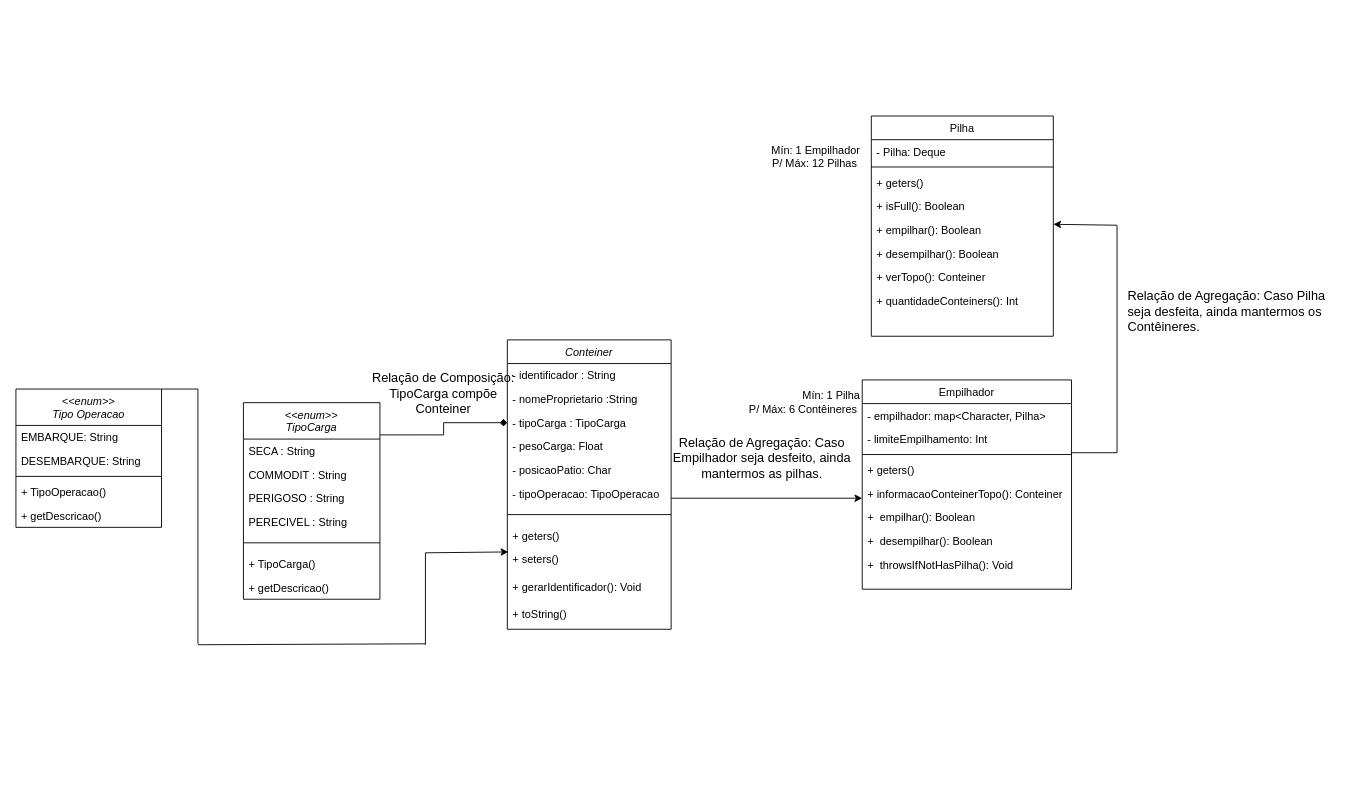
Before: EmpilhamentoConteiners.drawio in sergiomnds/projeto_lp2, a draw.io diagram. Source tidied: cells renumbered, new cells numbered last; positions are measured from the earlier drawing's top-left corner, leaving out a move shared by most shapes. Both pictures are drawn from the tidied source at 91%, with x=0, y=0 at pixel (15, 116).
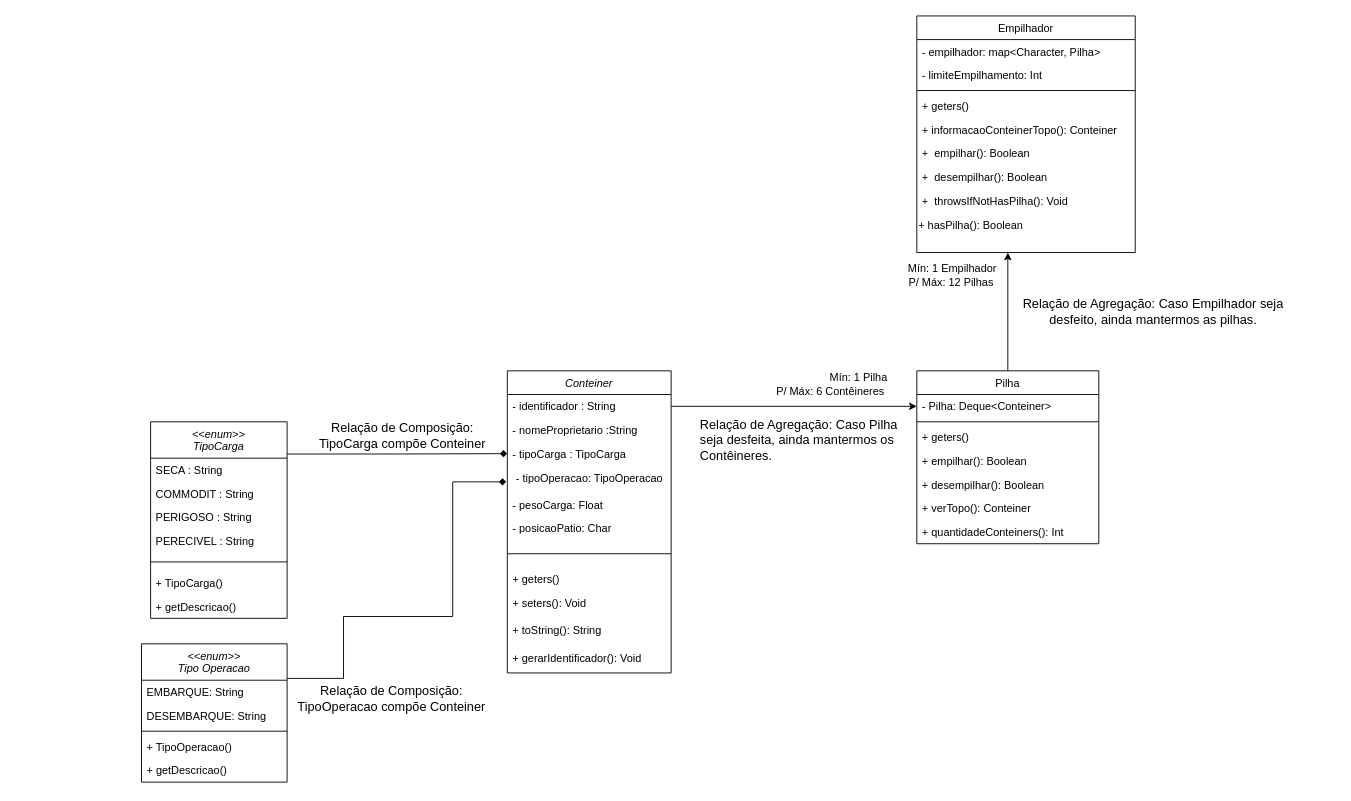
The same diagram, later.

Commit message:
ultimo update do diagrama

Unchanged cells that the change refers to:
```xml
<mxCell id="3" value="- identificador : String" style="text;align=left;verticalAlign=top;spacingLeft=4;spacingRight=4;overflow=hidden;points=[[0,0.5],[1,0.5]];portConstraint=eastwest;" parent="2" vertex="1">
  <mxGeometry y="26" width="180" height="26" as="geometry" />
</mxCell>
```

Change to the diagram source:
```diff
@@
     <mxCell id="2" value="Conteiner" style="swimlane;fontStyle=2;align=center;verticalAlign=top;horizontal=1;startSize=26;rounded=0;shadow=0;strokeWidth=1;" parent="1" vertex="1">
-      <mxGeometry x="540" y="246" width="180" height="318" as="geometry" />
+      <mxGeometry x="540" y="280" width="180" height="332" as="geometry" />
     </mxCell>
@@
+    <mxCell id="8" value="- tipoOperacao: TipoOperacao" style="text;html=1;align=center;verticalAlign=middle;points=[];strokeColor=none;fillColor=none;" parent="2" vertex="1">
+      <mxGeometry y="104" width="180" height="30" as="geometry" />
+    </mxCell>
     <mxCell id="6" value="- pesoCarga: Float" style="text;align=left;verticalAlign=top;spacingLeft=4;spacingRight=4;overflow=hidden;rounded=0;shadow=0;html=0;" parent="2" vertex="1">
-      <mxGeometry y="104" width="180" height="26" as="geometry" />
+      <mxGeometry y="134" width="180" height="26" as="geometry" />
     </mxCell>
     <mxCell id="7" value="- posicaoPatio: Char" style="text;align=left;verticalAlign=top;spacingLeft=4;spacingRight=4;overflow=hidden;rounded=0;shadow=0;html=0;" parent="2" vertex="1">
-      <mxGeometry y="130" width="180" height="26" as="geometry" />
+      <mxGeometry y="160" width="180" height="26" as="geometry" />
     </mxCell>
-    <mxCell id="8" value="- tipoOperacao: TipoOperacao" style="text;align=left;verticalAlign=top;spacingLeft=4;spacingRight=4;overflow=hidden;points=[[0,0.5],[1,0.5]];portConstraint=eastwest;rounded=0;shadow=0;html=0;" parent="2" vertex="1">
-      <mxGeometry y="156" width="180" height="26" as="geometry" />
-    </mxCell>
     <mxCell id="9" style="line;html=1;strokeWidth=1;align=left;verticalAlign=middle;spacingTop=-1;spacingLeft=3;spacingRight=3;labelPosition=right;" parent="2" vertex="1">
-      <mxGeometry y="182" width="180" height="20" as="geometry" />
+      <mxGeometry y="186" width="180" height="30" as="geometry" />
     </mxCell>
     <mxCell id="10" value="+ geters()" style="text;align=left;verticalAlign=top;spacingLeft=4;spacingRight=4;overflow=hidden;rounded=0;shadow=0;html=0;" parent="2" vertex="1">
-      <mxGeometry y="202" width="180" height="26" as="geometry" />
+      <mxGeometry y="216" width="180" height="26" as="geometry" />
     </mxCell>
-    <mxCell id="11" value="+ seters()" style="text;align=left;verticalAlign=top;spacingLeft=4;spacingRight=4;overflow=hidden;points=[[0,0.5],[1,0.5]];portConstraint=eastwest;rounded=0;shadow=0;html=0;" parent="2" vertex="1">
-      <mxGeometry y="228" width="180" height="30" as="geometry" />
+    <mxCell id="11" value="+ seters(): Void" style="text;align=left;verticalAlign=top;spacingLeft=4;spacingRight=4;overflow=hidden;points=[[0,0.5],[1,0.5]];portConstraint=eastwest;rounded=0;shadow=0;html=0;" parent="2" vertex="1">
+      <mxGeometry y="242" width="180" height="30" as="geometry" />
     </mxCell>
+    <mxCell id="13" value="+ toString(): String" style="text;align=left;verticalAlign=top;spacingLeft=4;spacingRight=4;overflow=hidden;rounded=0;shadow=0;html=0;" parent="2" vertex="1">
+      <mxGeometry y="272" width="180" height="30" as="geometry" />
+    </mxCell>
     <mxCell id="12" value="+ gerarIdentificador(): Void" style="text;align=left;verticalAlign=top;spacingLeft=4;spacingRight=4;overflow=hidden;rounded=0;shadow=0;html=0;" parent="2" vertex="1">
-      <mxGeometry y="258" width="180" height="30" as="geometry" />
+      <mxGeometry y="302" width="180" height="30" as="geometry" />
     </mxCell>
-    <mxCell id="13" value="+ toString()" style="text;align=left;verticalAlign=top;spacingLeft=4;spacingRight=4;overflow=hidden;rounded=0;shadow=0;html=0;" parent="2" vertex="1">
-      <mxGeometry y="288" width="180" height="30" as="geometry" />
-    </mxCell>
     <mxCell id="14" value="Empilhador" style="swimlane;fontStyle=0;align=center;verticalAlign=top;horizontal=1;startSize=26;rounded=0;shadow=0;strokeWidth=1;" parent="1" vertex="1">
-      <mxGeometry x="930" y="290" width="230" height="230" as="geometry" />
+      <mxGeometry x="990" y="-110" width="240" height="260" as="geometry" />
     </mxCell>
     <mxCell id="15" value="- empilhador: map&lt;Character, Pilha&gt;" style="text;align=left;verticalAlign=top;spacingLeft=4;spacingRight=4;overflow=hidden;" parent="14" vertex="1">
-      <mxGeometry y="26" width="230" height="26" as="geometry" />
+      <mxGeometry y="26" width="240" height="26" as="geometry" />
     </mxCell>
     <mxCell id="16" value="- limiteEmpilhamento: Int" style="text;align=left;verticalAlign=top;spacingLeft=4;spacingRight=4;overflow=hidden;" parent="14" vertex="1">
-      <mxGeometry y="52" width="230" height="26" as="geometry" />
+      <mxGeometry y="52" width="240" height="26" as="geometry" />
     </mxCell>
     <mxCell id="17" style="line;html=1;strokeWidth=1;align=left;verticalAlign=middle;spacingTop=-1;spacingLeft=3;spacingRight=3;labelPosition=right;" parent="14" vertex="1">
-      <mxGeometry y="78" width="230" height="8" as="geometry" />
+      <mxGeometry y="78" width="240" height="8" as="geometry" />
     </mxCell>
     <mxCell id="18" value="+ geters()" style="text;align=left;verticalAlign=top;spacingLeft=4;spacingRight=4;overflow=hidden;" parent="14" vertex="1">
-      <mxGeometry y="86" width="230" height="26" as="geometry" />
+      <mxGeometry y="86" width="240" height="26" as="geometry" />
     </mxCell>
     <mxCell id="19" value="+ informacaoConteinerTopo(): Conteiner" style="text;align=left;verticalAlign=top;spacingLeft=4;spacingRight=4;overflow=hidden;" parent="14" vertex="1">
-      <mxGeometry y="112" width="230" height="26" as="geometry" />
+      <mxGeometry y="112" width="240" height="26" as="geometry" />
     </mxCell>
     <mxCell id="20" value="+  empilhar(): Boolean" style="text;align=left;verticalAlign=top;spacingLeft=4;spacingRight=4;overflow=hidden;" parent="14" vertex="1">
-      <mxGeometry y="138" width="230" height="26" as="geometry" />
+      <mxGeometry y="138" width="240" height="26" as="geometry" />
     </mxCell>
     <mxCell id="21" value="+  desempilhar(): Boolean" style="text;align=left;verticalAlign=top;spacingLeft=4;spacingRight=4;overflow=hidden;" parent="14" vertex="1">
-      <mxGeometry y="164" width="230" height="26" as="geometry" />
+      <mxGeometry y="164" width="240" height="26" as="geometry" />
     </mxCell>
     <mxCell id="22" value="+  throwsIfNotHasPilha(): Void" style="text;align=left;verticalAlign=top;spacingLeft=4;spacingRight=4;overflow=hidden;" parent="14" vertex="1">
-      <mxGeometry y="190" width="230" height="26" as="geometry" />
+      <mxGeometry y="190" width="240" height="26" as="geometry" />
     </mxCell>
+    <mxCell id="61" value="+ hasPilha(): Boolean" style="text;html=1;align=left;verticalAlign=middle;strokeColor=none;fillColor=none;" parent="14" vertex="1">
+      <mxGeometry y="216" width="240" height="30" as="geometry" />
+    </mxCell>
@@
     <mxCell id="24" value="&lt;&lt;enum&gt;&gt;&#10;TipoCarga" style="swimlane;fontStyle=2;align=center;verticalAlign=top;horizontal=1;startSize=40;rounded=0;shadow=0;strokeWidth=1;" parent="1" vertex="1">
-      <mxGeometry x="250" y="315" width="150" height="216" as="geometry" />
+      <mxGeometry x="148" y="336" width="150" height="216" as="geometry" />
     </mxCell>
@@
+    <mxCell id="62" style="edgeStyle=orthogonalEdgeStyle;rounded=0;jettySize=auto;html=1;exitX=0.5;exitY=0;exitDx=0;exitDy=0;endArrow=classic;endFill=1;" parent="1" edge="1" source="32">
+      <mxGeometry relative="1" as="geometry">
+        <mxPoint x="1090" y="150" as="targetPoint" />
+      </mxGeometry>
+    </mxCell>
     <mxCell id="32" value="Pilha" style="swimlane;fontStyle=0;align=center;verticalAlign=top;horizontal=1;startSize=26;rounded=0;shadow=0;strokeWidth=1;" parent="1" vertex="1">
-      <mxGeometry x="940" width="200" height="242" as="geometry" />
+      <mxGeometry x="990" y="280" width="200" height="190" as="geometry" />
     </mxCell>
-    <mxCell id="33" value="- Pilha: Deque" style="text;align=left;verticalAlign=top;spacingLeft=4;spacingRight=4;overflow=hidden;points=[[0,0.5],[1,0.5]];portConstraint=eastwest;" parent="32" vertex="1">
+    <mxCell id="33" value="- Pilha: Deque&lt;Conteiner&gt;" style="text;align=left;verticalAlign=top;spacingLeft=4;spacingRight=4;overflow=hidden;points=[[0,0.5],[1,0.5]];portConstraint=eastwest;" parent="32" vertex="1">
       <mxGeometry y="26" width="200" height="26" as="geometry" />
     </mxCell>
@@
-    <mxCell id="36" value="+ isFull(): Boolean&#10;" style="text;align=left;verticalAlign=top;spacingLeft=4;spacingRight=4;overflow=hidden;" parent="32" vertex="1">
-      <mxGeometry y="86" width="200" height="26" as="geometry" />
-    </mxCell>
     <mxCell id="37" value="+ empilhar(): Boolean" style="text;align=left;verticalAlign=top;spacingLeft=4;spacingRight=4;overflow=hidden;points=[[0,0.5],[1,0.5]];portConstraint=eastwest;" parent="32" vertex="1">
-      <mxGeometry y="112" width="200" height="26" as="geometry" />
+      <mxGeometry y="86" width="200" height="26" as="geometry" />
     </mxCell>
     <mxCell id="38" value="+ desempilhar(): Boolean" style="text;align=left;verticalAlign=top;spacingLeft=4;spacingRight=4;overflow=hidden;" parent="32" vertex="1">
-      <mxGeometry y="138" width="200" height="26" as="geometry" />
+      <mxGeometry y="112" width="200" height="26" as="geometry" />
     </mxCell>
     <mxCell id="39" value="+ verTopo(): Conteiner" style="text;align=left;verticalAlign=top;spacingLeft=4;spacingRight=4;overflow=hidden;" parent="32" vertex="1">
-      <mxGeometry y="164" width="200" height="26" as="geometry" />
+      <mxGeometry y="138" width="200" height="26" as="geometry" />
     </mxCell>
     <mxCell id="40" value="+ quantidadeConteiners(): Int" style="text;align=left;verticalAlign=top;spacingLeft=4;spacingRight=4;overflow=hidden;" parent="32" vertex="1">
-      <mxGeometry y="190" width="200" height="26" as="geometry" />
+      <mxGeometry y="164" width="200" height="26" as="geometry" />
     </mxCell>
     <mxCell id="41" value="Relação de Agregação: Caso Empilhador seja desfeito, ainda mantermos as pilhas." style="text;html=1;strokeColor=none;fillColor=none;align=center;verticalAlign=middle;whiteSpace=wrap;rounded=0;fontSize=14;" parent="1" vertex="1">
-      <mxGeometry x="720" y="361" width="200" height="30" as="geometry" />
+      <mxGeometry x="1100" y="200" width="300" height="30" as="geometry" />
     </mxCell>
     <mxCell id="42" value="Mín: 1 Pilha&lt;br&gt;P/ Máx: 6 Contêineres&amp;nbsp;" style="text;html=1;strokeColor=none;fillColor=none;align=right;verticalAlign=middle;whiteSpace=wrap;rounded=0;" parent="1" vertex="1">
-      <mxGeometry x="790" y="300" width="140" height="30" as="geometry" />
+      <mxGeometry x="820" y="280" width="140" height="30" as="geometry" />
     </mxCell>
     <mxCell id="43" value="Mín: 1 Empilhador&lt;br&gt;P/ Máx: 12 Pilhas&amp;nbsp;" style="text;html=1;strokeColor=none;fillColor=none;align=right;verticalAlign=middle;whiteSpace=wrap;rounded=0;" parent="1" vertex="1">
-      <mxGeometry x="790" y="30" width="140" height="30" as="geometry" />
+      <mxGeometry x="940" y="160" width="140" height="30" as="geometry" />
     </mxCell>
     <mxCell id="44" value="Relação de Agregação: Caso Pilha seja desfeita, ainda mantermos os Contêineres." style="text;html=1;strokeColor=none;fillColor=none;align=left;verticalAlign=middle;whiteSpace=wrap;rounded=0;fontSize=14;" parent="1" vertex="1">
-      <mxGeometry x="1220" y="200" width="230" height="30" as="geometry" />
+      <mxGeometry x="750" y="341" width="230" height="30" as="geometry" />
     </mxCell>
     <mxCell id="45" value="Relação de Composição: TipoCarga compõe Conteiner" style="text;html=1;strokeColor=none;fillColor=none;align=center;verticalAlign=middle;whiteSpace=wrap;rounded=0;fontSize=14;" parent="1" vertex="1">
-      <mxGeometry x="380" y="295" width="180" height="20" as="geometry" />
+      <mxGeometry x="320" y="341" width="210" height="20" as="geometry" />
     </mxCell>
+    <mxCell id="63" style="edgeStyle=orthogonalEdgeStyle;rounded=0;jettySize=auto;html=1;exitX=1;exitY=0.25;exitDx=0;exitDy=0;entryX=-0.006;entryY=0.6;entryDx=0;entryDy=0;entryPerimeter=0;endArrow=diamond;endFill=1;" parent="1" edge="1" source="46" target="8">
+      <mxGeometry relative="1" as="geometry">
+        <Array as="points">
+          <mxPoint x="360" y="618" />
+          <mxPoint x="360" y="550" />
+          <mxPoint x="480" y="550" />
+          <mxPoint x="480" y="402" />
+        </Array>
+      </mxGeometry>
+    </mxCell>
     <mxCell id="46" value="&lt;&lt;enum&gt;&gt;&#10;Tipo Operacao" style="swimlane;fontStyle=2;align=center;verticalAlign=top;horizontal=1;startSize=40;rounded=0;shadow=0;strokeWidth=1;" parent="1" vertex="1">
-      <mxGeometry y="300" width="160" height="152" as="geometry" />
+      <mxGeometry x="138" y="580" width="160" height="152" as="geometry" />
     </mxCell>
@@
-    <mxCell id="52" style="endArrow=none;html=1;rounded=0;" parent="1" edge="1">
-      <mxGeometry relative="1" as="geometry">
-        <mxPoint x="200" y="580" as="sourcePoint" />
-        <mxPoint x="200" y="300" as="targetPoint" />
-      </mxGeometry>
-    </mxCell>
-    <mxCell id="53" style="endArrow=none;html=1;rounded=0;" parent="1" edge="1">
-      <mxGeometry relative="1" as="geometry">
-        <mxPoint x="160" y="300" as="sourcePoint" />
-        <mxPoint x="200" y="300" as="targetPoint" />
-      </mxGeometry>
-    </mxCell>
-    <mxCell id="54" style="endArrow=classic;html=1;rounded=0;" parent="1" edge="1">
-      <mxGeometry relative="1" as="geometry">
-        <mxPoint x="720" y="420" as="sourcePoint" />
-        <mxPoint x="930" y="420" as="targetPoint" />
-      </mxGeometry>
-    </mxCell>
-    <mxCell id="55" style="endArrow=none;html=1;rounded=0;" parent="1" edge="1">
-      <mxGeometry relative="1" as="geometry">
-        <mxPoint x="1160" y="370" as="sourcePoint" />
-        <mxPoint x="1210" y="370" as="targetPoint" />
-      </mxGeometry>
-    </mxCell>
-    <mxCell id="56" style="endArrow=none;html=1;rounded=0;" parent="1" edge="1">
-      <mxGeometry relative="1" as="geometry">
-        <mxPoint x="1210" y="370" as="sourcePoint" />
-        <mxPoint x="1210" y="120" as="targetPoint" />
-      </mxGeometry>
-    </mxCell>
-    <mxCell id="57" style="endArrow=classic;html=1;rounded=0;entryX=1;entryY=0.269;entryDx=0;entryDy=0;entryPerimeter=0;" parent="1" edge="1" target="37">
-      <mxGeometry relative="1" as="geometry">
-        <mxPoint x="1210" y="120" as="sourcePoint" />
-      </mxGeometry>
-    </mxCell>
-    <mxCell id="58" style="endArrow=none;html=1;rounded=0;" parent="1" edge="1">
-      <mxGeometry relative="1" as="geometry">
-        <mxPoint x="200" y="581" as="sourcePoint" />
-        <mxPoint x="450" y="580" as="targetPoint" />
-      </mxGeometry>
-    </mxCell>
-    <mxCell id="59" style="endArrow=none;html=1;rounded=0;" parent="1" edge="1">
-      <mxGeometry relative="1" as="geometry">
-        <mxPoint x="450" y="581" as="sourcePoint" />
-        <mxPoint x="450" y="480" as="targetPoint" />
-      </mxGeometry>
-    </mxCell>
-    <mxCell id="60" style="endArrow=classic;html=1;rounded=0;entryX=0.006;entryY=0.167;entryDx=0;entryDy=0;entryPerimeter=0;" parent="1" edge="1" target="11">
-      <mxGeometry relative="1" as="geometry">
-        <mxPoint x="450" y="480" as="sourcePoint" />
-      </mxGeometry>
-    </mxCell>
+    <mxCell id="64" value="Relação de Composição: TipoOperacao compõe Conteiner" style="text;html=1;strokeColor=none;fillColor=none;align=center;verticalAlign=middle;whiteSpace=wrap;rounded=0;fontSize=14;" parent="1" vertex="1">
+      <mxGeometry x="298" y="630" width="230" height="20" as="geometry" />
+    </mxCell>
+    <mxCell id="65" style="edgeStyle=orthogonalEdgeStyle;rounded=0;jettySize=auto;html=1;entryX=0;entryY=0.5;entryDx=0;entryDy=0;endArrow=classic;endFill=1;" parent="1" edge="1" source="3" target="33">
+      <mxGeometry relative="1" as="geometry" />
+    </mxCell>
```
